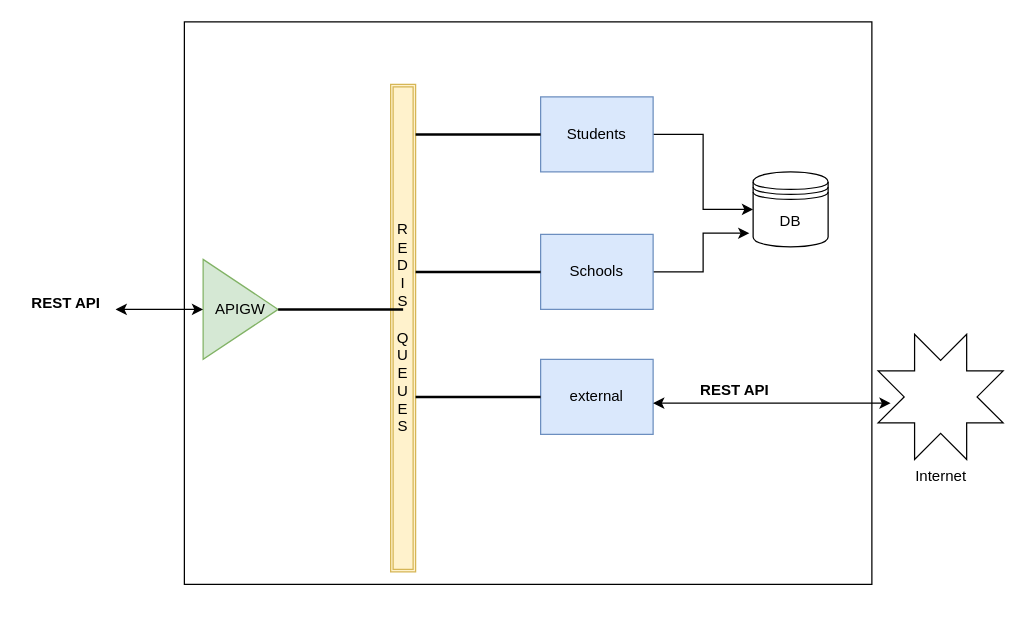
knetsolutions2/microservices keeps this draw.io diagram as Untitled Diagram.drawio. Above is the earlier version. Source tidied: cells renumbered, new cells numbered last; positions are measured from the earlier drawing's top-left corner, leaving out a move shared by most shapes. Both pictures are drawn from the tidied source at 125%, with x=0, y=0 at pixel (21, 21).
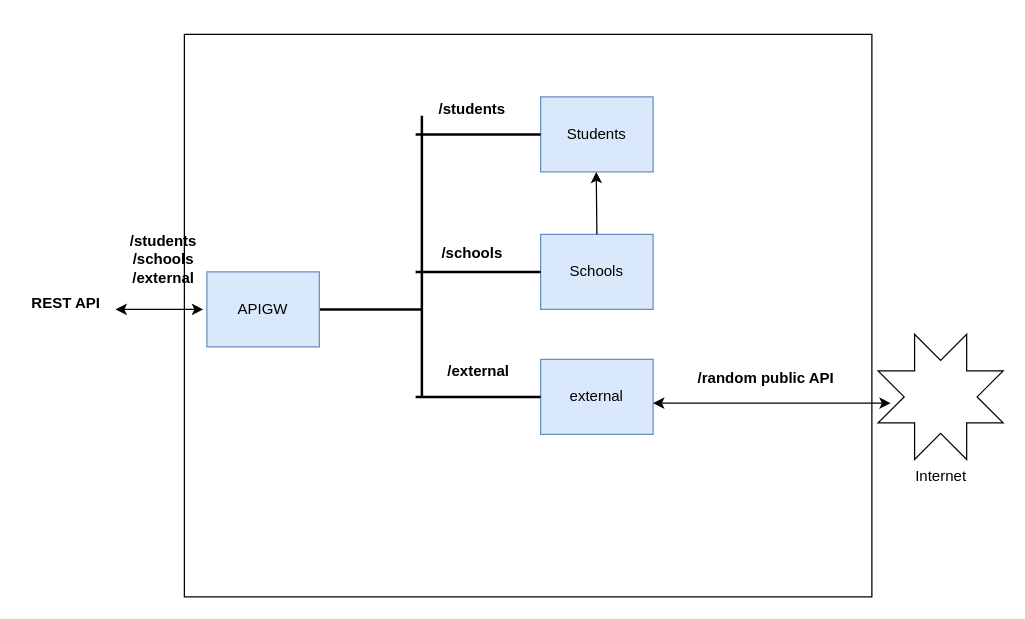
The same diagram, later.

Unchanged cells that the change refers to:
```xml
<mxCell id="7" value="Students" style="rounded=0;whiteSpace=wrap;html=1;fillColor=#dae8fc;strokeColor=#6c8ebf;" parent="1" vertex="1">
  <mxGeometry x="415" y="60" width="90" height="60" as="geometry" />
</mxCell>
<mxCell id="9" value="Schools" style="rounded=0;whiteSpace=wrap;html=1;fillColor=#dae8fc;strokeColor=#6c8ebf;" parent="1" vertex="1">
  <mxGeometry x="415" y="170" width="90" height="60" as="geometry" />
</mxCell>
```

Diff of the diagram source:
```diff
@@
     <mxCell id="2" style="rounded=0;whiteSpace=wrap;html=1;" parent="1" vertex="1">
-      <mxGeometry x="130" width="550" height="450" as="geometry" />
+      <mxGeometry x="130" y="10" width="550" height="450" as="geometry" />
     </mxCell>
-    <mxCell id="3" value="APIGW" style="triangle;whiteSpace=wrap;html=1;fillColor=#d5e8d4;strokeColor=#82b366;" parent="1" vertex="1">
-      <mxGeometry x="145" y="190" width="60" height="80" as="geometry" />
-    </mxCell>
-    <mxCell id="4" value="&lt;div&gt;R&lt;/div&gt;&lt;div&gt;E&lt;/div&gt;&lt;div&gt;D&lt;/div&gt;&lt;div&gt;I&lt;/div&gt;&lt;div&gt;S&lt;/div&gt;&lt;div&gt;&lt;br&gt;&lt;/div&gt;&lt;div&gt;Q&lt;/div&gt;&lt;div&gt;U&lt;/div&gt;&lt;div&gt;E&lt;/div&gt;&lt;div&gt;U&lt;/div&gt;&lt;div&gt;E&lt;/div&gt;&lt;div&gt;S&lt;br&gt;&lt;/div&gt;" style="shape=ext;double=1;rounded=0;whiteSpace=wrap;html=1;fillColor=#fff2cc;strokeColor=#d6b656;" parent="1" vertex="1">
-      <mxGeometry x="295" y="50" width="20" height="390" as="geometry" />
-    </mxCell>
@@
-    <mxCell id="6" style="edgeStyle=orthogonalEdgeStyle;rounded=0;jettySize=auto;html=1;exitX=1;exitY=0.5;exitDx=0;exitDy=0;entryX=0;entryY=0.5;entryDx=0;entryDy=0;" parent="1" edge="1" source="7" target="11">
-      <mxGeometry relative="1" as="geometry" />
-    </mxCell>
@@
-    <mxCell id="8" style="edgeStyle=orthogonalEdgeStyle;rounded=0;jettySize=auto;html=1;exitX=1;exitY=0.5;exitDx=0;exitDy=0;entryX=-0.05;entryY=0.817;entryDx=0;entryDy=0;entryPerimeter=0;" parent="1" edge="1" source="9" target="11">
-      <mxGeometry relative="1" as="geometry" />
-    </mxCell>
@@
-    <mxCell id="11" value="DB" style="shape=datastore;whiteSpace=wrap;html=1;" parent="1" vertex="1">
-      <mxGeometry x="585" y="120" width="60" height="60" as="geometry" />
-    </mxCell>
@@
     <mxCell id="15" style="line;strokeWidth=2;html=1;" parent="1" vertex="1">
-      <mxGeometry x="205" y="225" width="100" height="10" as="geometry" />
+      <mxGeometry x="205" y="225" width="115" height="10" as="geometry" />
     </mxCell>
@@
-    <mxCell id="18" value="REST API" style="text;html=1;align=center;verticalAlign=middle;fillColor=none;strokeColor=none;rounded=0;fontStyle=1;" parent="1" vertex="1">
-      <mxGeometry x="535" y="285" width="70" height="20" as="geometry" />
-    </mxCell>
@@
+    <mxCell id="20" style="endArrow=classic;html=1;entryX=0;entryY=1;entryDx=0;entryDy=0;" parent="1" edge="1">
+      <mxGeometry relative="1" as="geometry">
+        <mxPoint x="460" y="170" as="sourcePoint" />
+        <mxPoint x="459.5" y="120" as="targetPoint" />
+      </mxGeometry>
+    </mxCell>
+    <mxCell id="21" style="line;strokeWidth=2;direction=south;html=1;" parent="1" vertex="1">
+      <mxGeometry x="315" y="75" width="10" height="225" as="geometry" />
+    </mxCell>
+    <mxCell id="22" value="/students" style="text;html=1;align=center;verticalAlign=middle;fillColor=none;strokeColor=none;rounded=0;fontStyle=1;" parent="1" vertex="1">
+      <mxGeometry x="325" y="60" width="70" height="20" as="geometry" />
+    </mxCell>
+    <mxCell id="23" value="/schools" style="text;html=1;align=center;verticalAlign=middle;fillColor=none;strokeColor=none;rounded=0;fontStyle=1;" parent="1" vertex="1">
+      <mxGeometry x="330" y="175" width="60" height="20" as="geometry" />
+    </mxCell>
+    <mxCell id="24" value="/external" style="text;html=1;align=center;verticalAlign=middle;fillColor=none;strokeColor=none;rounded=0;fontStyle=1;" parent="1" vertex="1">
+      <mxGeometry x="330" y="270" width="70" height="20" as="geometry" />
+    </mxCell>
+    <mxCell id="25" value="/random public API" style="text;html=1;align=center;verticalAlign=middle;fillColor=none;strokeColor=none;rounded=0;fontStyle=1;" parent="1" vertex="1">
+      <mxGeometry x="535" y="275" width="120" height="20" as="geometry" />
+    </mxCell>
+    <mxCell id="3" value="APIGW" style="rounded=0;whiteSpace=wrap;html=1;fillColor=#dae8fc;strokeColor=#6c8ebf;" parent="1" vertex="1">
+      <mxGeometry x="148" y="200" width="90" height="60" as="geometry" />
+    </mxCell>
+    <mxCell id="26" value="&lt;div&gt;/students&lt;/div&gt;&lt;div&gt;/schools&lt;/div&gt;&lt;div&gt;/external&lt;br&gt;&lt;/div&gt;" style="text;html=1;align=center;verticalAlign=middle;fillColor=none;strokeColor=none;rounded=0;fontStyle=1;" parent="1" vertex="1">
+      <mxGeometry x="78" y="165" width="70" height="50" as="geometry" />
+    </mxCell>
```
